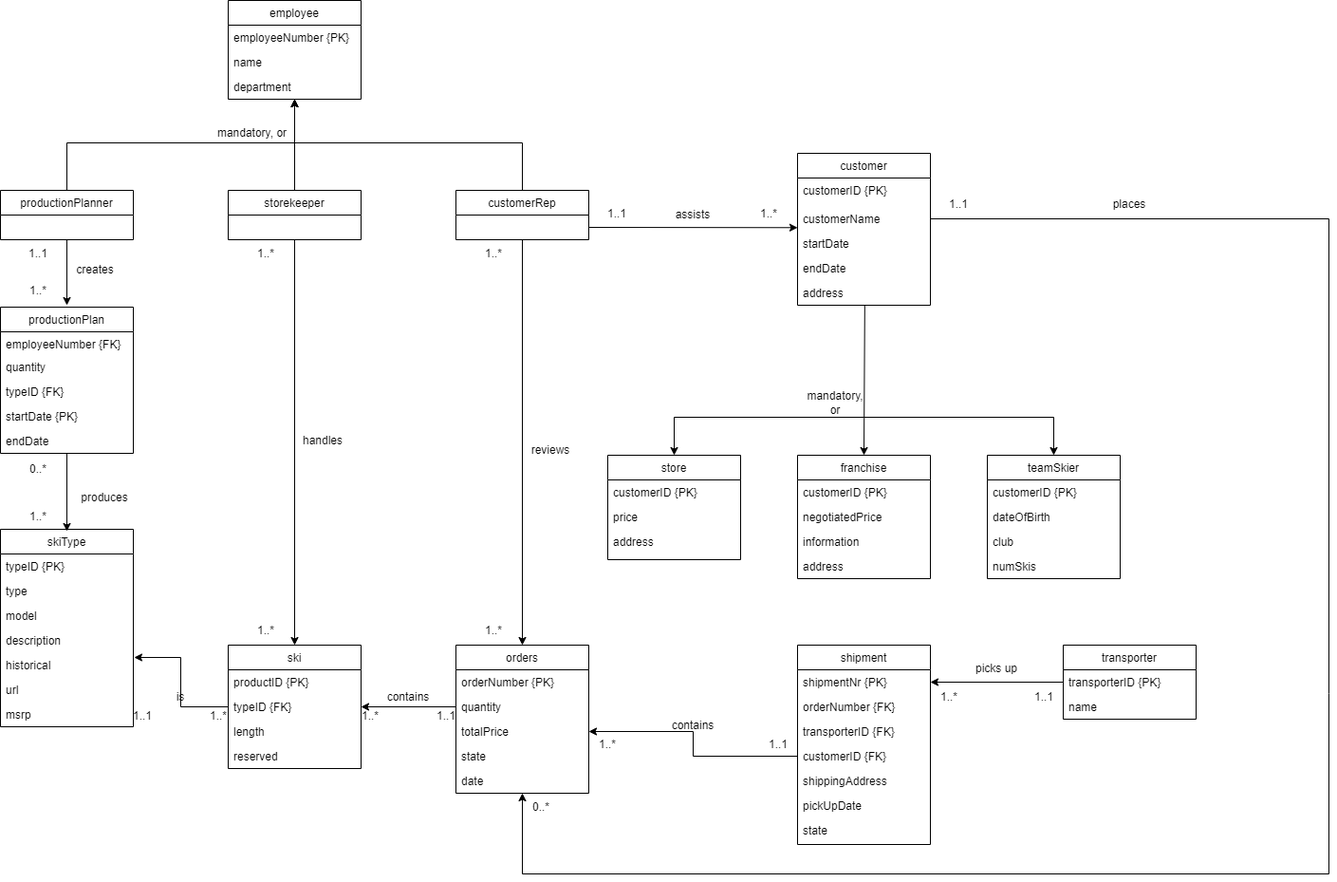
The draw.io diagram documentation/conceptual_model.png in Mystodan/database_prosjekt_33, before a commit. Source tidied: cells renumbered, new cells last; positions are measured from the earlier drawing's top-left corner, leaving out a move shared by most shapes.
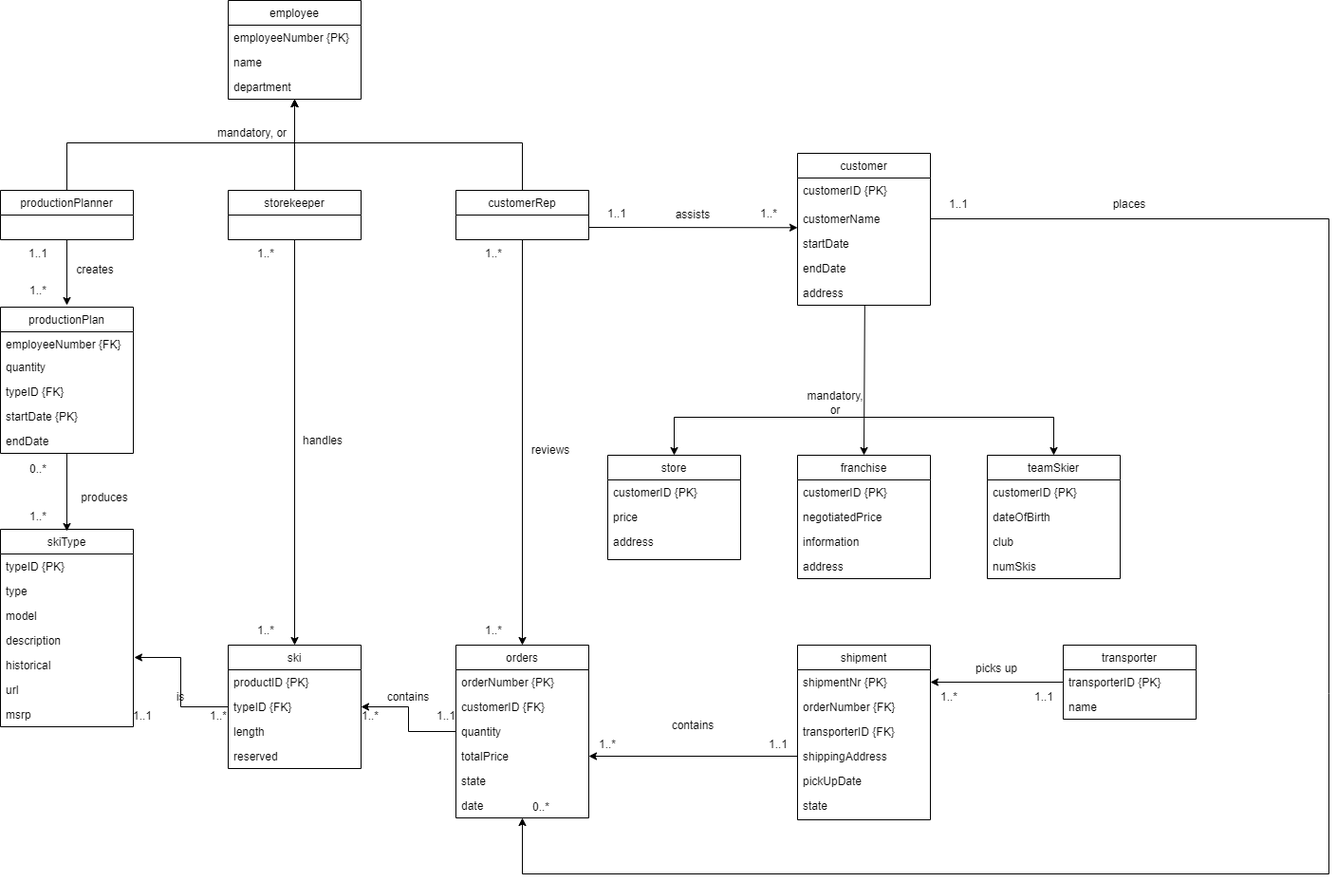
The same file after the commit.

Change to the diagram source:
```diff
@@ -91,22 +91,25 @@
       <mxGeometry y="78" width="140" height="26" as="geometry" />
     </mxCell>
     <mxCell id="28" value="orders" style="swimlane;fontStyle=0;horizontal=1;startSize=26;fillColor=none;" parent="1" vertex="1">
-      <mxGeometry x="480" y="679" width="140" height="156" as="geometry" />
+      <mxGeometry x="480" y="679" width="140" height="182" as="geometry" />
     </mxCell>
     <mxCell id="29" value="orderNumber {PK}" style="text;strokeColor=none;fillColor=none;align=left;verticalAlign=top;spacingLeft=4;spacingRight=4;overflow=hidden;" parent="28" vertex="1">
       <mxGeometry y="26" width="140" height="26" as="geometry" />
     </mxCell>
+    <mxCell id="45" value="customerID {FK}" style="text;strokeColor=none;fillColor=none;align=left;verticalAlign=top;spacingLeft=4;spacingRight=4;overflow=hidden;points=[[0,0.5],[1,0.5]];portConstraint=eastwest;" parent="28" vertex="1">
+      <mxGeometry y="52" width="140" height="26" as="geometry" />
+    </mxCell>
     <mxCell id="30" value="quantity" style="text;strokeColor=none;fillColor=none;align=left;verticalAlign=top;spacingLeft=4;spacingRight=4;overflow=hidden;points=[[0,0.5],[1,0.5]];portConstraint=eastwest;" parent="28" vertex="1">
-      <mxGeometry y="52" width="140" height="26" as="geometry" />
+      <mxGeometry y="78" width="140" height="26" as="geometry" />
     </mxCell>
     <mxCell id="31" value="totalPrice" style="text;strokeColor=none;fillColor=none;align=left;verticalAlign=top;spacingLeft=4;spacingRight=4;overflow=hidden;points=[[0,0.5],[1,0.5]];portConstraint=eastwest;" parent="28" vertex="1">
-      <mxGeometry y="78" width="140" height="26" as="geometry" />
+      <mxGeometry y="104" width="140" height="26" as="geometry" />
     </mxCell>
     <mxCell id="32" value="state" style="text;strokeColor=none;fillColor=none;align=left;verticalAlign=top;spacingLeft=4;spacingRight=4;overflow=hidden;" parent="28" vertex="1">
-      <mxGeometry y="104" width="140" height="26" as="geometry" />
+      <mxGeometry y="130" width="140" height="26" as="geometry" />
     </mxCell>
     <mxCell id="33" value="date" style="text;strokeColor=none;fillColor=none;align=left;verticalAlign=top;spacingLeft=4;spacingRight=4;overflow=hidden;points=[[0,0.5],[1,0.5]];portConstraint=eastwest;" parent="28" vertex="1">
-      <mxGeometry y="130" width="140" height="26" as="geometry" />
+      <mxGeometry y="156" width="140" height="26" as="geometry" />
     </mxCell>
     <mxCell id="34" style="edgeStyle=none;rounded=0;jettySize=auto;html=1;entryX=1;entryY=1;entryDx=0;entryDy=0;" parent="1" edge="1" source="35" target="86">
       <mxGeometry relative="1" as="geometry" />
@@ -130,7 +133,7 @@
       <mxGeometry y="128" width="140" height="26" as="geometry" />
     </mxCell>
     <mxCell id="41" value="shipment" style="swimlane;fontStyle=0;horizontal=1;startSize=26;fillColor=none;" parent="1" vertex="1">
-      <mxGeometry x="840" y="679" width="140" height="210" as="geometry" />
+      <mxGeometry x="840" y="679" width="140" height="184" as="geometry" />
     </mxCell>
     <mxCell id="42" value="shipmentNr {PK}" style="text;strokeColor=none;fillColor=none;align=left;verticalAlign=top;spacingLeft=4;spacingRight=4;overflow=hidden;points=[[0,0.5],[1,0.5]];portConstraint=eastwest;" parent="41" vertex="1">
       <mxGeometry y="26" width="140" height="26" as="geometry" />
@@ -141,17 +144,14 @@
     <mxCell id="44" value="transporterID {FK}" style="text;strokeColor=none;fillColor=none;align=left;verticalAlign=top;spacingLeft=4;spacingRight=4;overflow=hidden;" parent="41" vertex="1">
       <mxGeometry y="78" width="140" height="26" as="geometry" />
     </mxCell>
-    <mxCell id="45" value="customerID {FK}" style="text;strokeColor=none;fillColor=none;align=left;verticalAlign=top;spacingLeft=4;spacingRight=4;overflow=hidden;points=[[0,0.5],[1,0.5]];portConstraint=eastwest;" parent="41" vertex="1">
-      <mxGeometry y="104" width="140" height="26" as="geometry" />
-    </mxCell>
     <mxCell id="46" value="shippingAddress" style="text;strokeColor=none;fillColor=none;align=left;verticalAlign=top;spacingLeft=4;spacingRight=4;overflow=hidden;" parent="41" vertex="1">
-      <mxGeometry y="130" width="140" height="26" as="geometry" />
+      <mxGeometry y="104" width="140" height="26" as="geometry" />
     </mxCell>
     <mxCell id="47" value="pickUpDate" style="text;strokeColor=none;fillColor=none;align=left;verticalAlign=top;spacingLeft=4;spacingRight=4;overflow=hidden;" parent="41" vertex="1">
-      <mxGeometry y="156" width="140" height="26" as="geometry" />
+      <mxGeometry y="130" width="140" height="26" as="geometry" />
     </mxCell>
     <mxCell id="48" value="state" style="text;strokeColor=none;fillColor=none;align=left;verticalAlign=top;spacingLeft=4;spacingRight=4;overflow=hidden;" parent="41" vertex="1">
-      <mxGeometry y="182" width="140" height="28" as="geometry" />
+      <mxGeometry y="156" width="140" height="28" as="geometry" />
     </mxCell>
     <mxCell id="49" value="transporter" style="swimlane;fontStyle=0;horizontal=1;startSize=26;fillColor=none;" parent="1" vertex="1">
       <mxGeometry x="1120" y="679" width="140" height="78" as="geometry" />
@@ -247,8 +247,10 @@
     <mxCell id="76" style="edgeStyle=orthogonalEdgeStyle;rounded=0;jettySize=auto;html=1;entryX=1;entryY=0.5;entryDx=0;entryDy=0;" parent="1" edge="1" source="30" target="21">
       <mxGeometry relative="1" as="geometry" />
     </mxCell>
-    <mxCell id="77" style="edgeStyle=orthogonalEdgeStyle;rounded=0;jettySize=auto;html=1;entryX=1;entryY=0.5;entryDx=0;entryDy=0;" parent="1" edge="1" source="45" target="31">
-      <mxGeometry relative="1" as="geometry" />
+    <mxCell id="77" style="edgeStyle=orthogonalEdgeStyle;rounded=0;jettySize=auto;html=1;entryX=1;entryY=0.5;entryDx=0;entryDy=0;" parent="1" edge="1" target="31">
+      <mxGeometry relative="1" as="geometry">
+        <mxPoint x="840" y="796" as="sourcePoint" />
+      </mxGeometry>
     </mxCell>
     <mxCell id="78" style="edgeStyle=orthogonalEdgeStyle;rounded=0;orthogonalLoop=1;jettySize=auto;html=1;entryX=0.5;entryY=0;entryDx=0;entryDy=0;" parent="1" edge="1">
       <mxGeometry relative="1" as="geometry">
```
